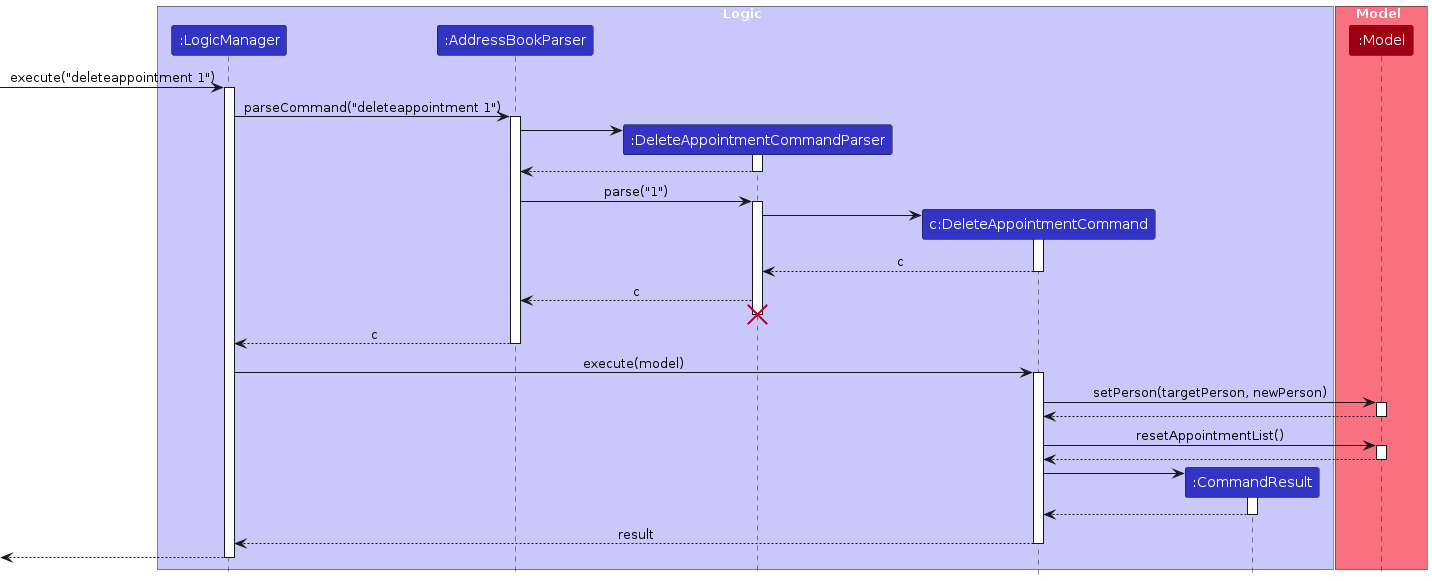
Before: diagrams/DeleteAppointmentSequenceDiagram.png, a diagram exported from PlantUML (ryanongwx/tp). Its source is kept beside it as diagrams/DeleteAppointmentSequenceDiagram.puml. Source of this version:
```plantuml
@startuml
!include style.puml
skinparam ArrowFontStyle plain

box Logic LOGIC_COLOR_T1
participant ":LogicManager" as LogicManager LOGIC_COLOR
participant ":AddressBookParser" as AddressBookParser LOGIC_COLOR
participant ":DeleteAppointmentCommandParser" as DeleteAppointmentCommandParser LOGIC_COLOR
participant "c:DeleteAppointmentCommand" as DeleteAppointmentCommand LOGIC_COLOR
participant ":CommandResult" as CommandResult LOGIC_COLOR
end box

box Model MODEL_COLOR_T1
participant ":Model" as Model MODEL_COLOR
end box

[-> LogicManager : execute("deleteappointment 1")
activate LogicManager

LogicManager -> AddressBookParser : parseCommand("deleteappointment 1")
activate AddressBookParser

create DeleteAppointmentCommandParser
AddressBookParser -> DeleteAppointmentCommandParser
activate DeleteAppointmentCommandParser

DeleteAppointmentCommandParser --> AddressBookParser
deactivate DeleteAppointmentCommandParser

AddressBookParser -> DeleteAppointmentCommandParser : parse("1")
activate DeleteAppointmentCommandParser

create DeleteAppointmentCommand
DeleteAppointmentCommandParser -> DeleteAppointmentCommand
activate DeleteAppointmentCommand

DeleteAppointmentCommand --> DeleteAppointmentCommandParser : c
deactivate DeleteAppointmentCommand

DeleteAppointmentCommandParser --> AddressBookParser : c
deactivate DeleteAppointmentCommand
DeleteAppointmentCommandParser -[hidden]-> AddressBookParser
destroy DeleteAppointmentCommandParser

AddressBookParser --> LogicManager : c
deactivate AddressBookParser

LogicManager -> DeleteAppointmentCommand : execute(model)
activate DeleteAppointmentCommand

DeleteAppointmentCommand -> Model : setPerson(targetPerson, newPerson)
activate Model

Model --> DeleteAppointmentCommand
deactivate Model

DeleteAppointmentCommand -> Model : resetAppointmentList()
activate Model

Model --> DeleteAppointmentCommand
deactivate Model

create CommandResult
DeleteAppointmentCommand -> CommandResult
activate CommandResult

CommandResult --> DeleteAppointmentCommand
deactivate CommandResult

DeleteAppointmentCommand --> LogicManager : result
deactivate DeleteAppointmentCommand


[<--LogicManager
deactivate LogicManager
@enduml
```
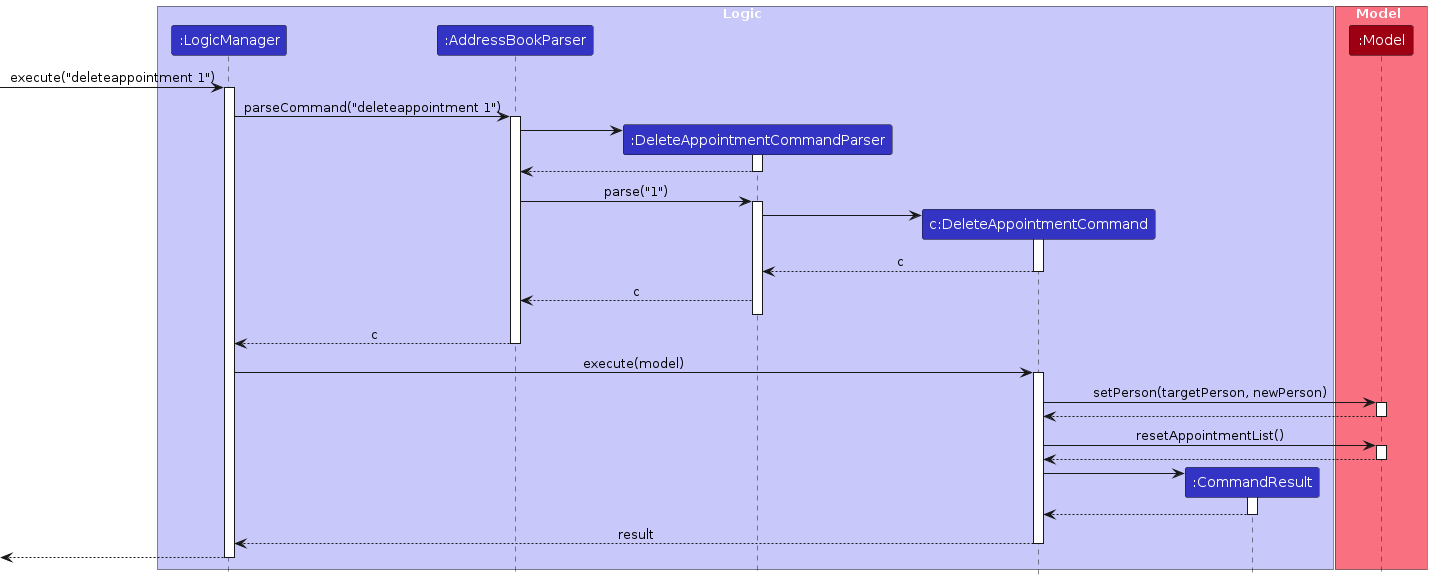
After the commit.

Diff of the diagram source:
```diff
@@ -40,7 +40,7 @@
 DeleteAppointmentCommandParser --> AddressBookParser : c
 deactivate DeleteAppointmentCommand
 DeleteAppointmentCommandParser -[hidden]-> AddressBookParser
-destroy DeleteAppointmentCommandParser
+deactivate DeleteAppointmentCommandParser
 
 AddressBookParser --> LogicManager : c
 deactivate AddressBookParser
```
